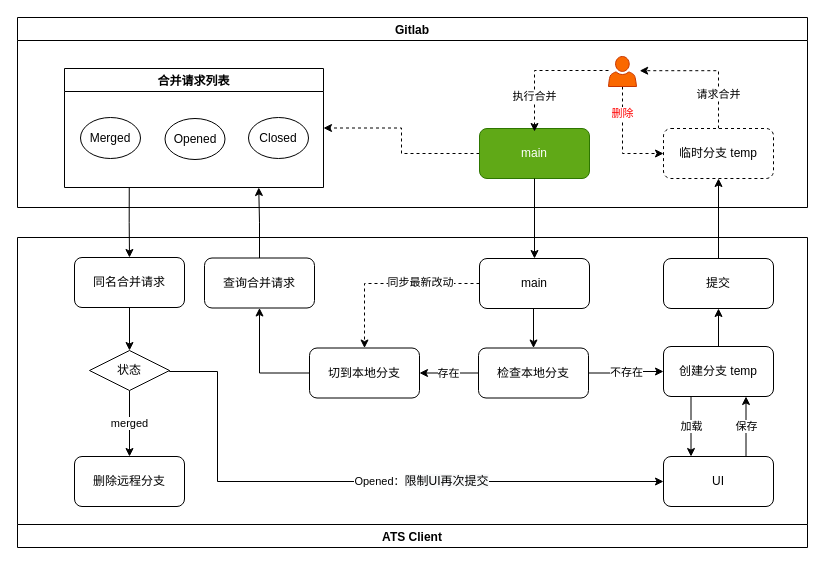
Before: Draw/ATS/细则管理.drawio in huangjia2107/DrawOnline, a draw.io diagram. Source tidied: cells renumbered, new cells numbered last; positions are measured from the earlier drawing's top-left corner, leaving out a move shared by most shapes. Both pictures are drawn from the tidied source at 100%, with x=0, y=0 at pixel (17, 17).
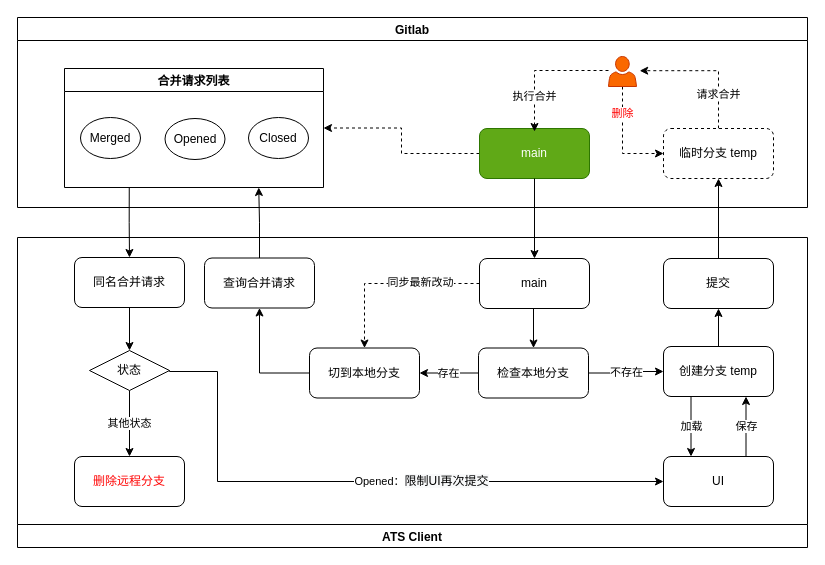
The same diagram, later.

Commit message:
更新细则管理.drawio

The change refers to these unchanged cells:
```xml
<mxCell id="16" value="ATS Client" style="swimlane;flipV=1;" parent="1" vertex="1">
  <mxGeometry y="220" width="790" height="310" as="geometry" />
</mxCell>
<mxCell id="30" value="状态" style="rhombus;whiteSpace=wrap;html=1;gradientColor=#ffffff;" parent="16" vertex="1">
  <mxGeometry x="72" y="113" width="80" height="40" as="geometry" />
</mxCell>
```

What changed in the source:
```diff
@@
-    <mxCell id="29" value="merged" style="edgeStyle=orthogonalEdgeStyle;rounded=0;jettySize=auto;html=1;exitX=0.5;exitY=1;exitDx=0;exitDy=0;fontColor=#000000;strokeColor=#000000;" parent="16" edge="1" source="30" target="33">
+    <mxCell id="29" value="其他状态" style="edgeStyle=orthogonalEdgeStyle;rounded=0;jettySize=auto;html=1;exitX=0.5;exitY=1;exitDx=0;exitDy=0;fontColor=#000000;strokeColor=#000000;" parent="16" edge="1" source="30" target="33">
       <mxGeometry relative="1" as="geometry" />
     </mxCell>
@@
-    <mxCell id="33" value="删除远程分支" style="rounded=1;whiteSpace=wrap;html=1;" parent="16" vertex="1">
+    <mxCell id="33" value="&lt;font color=&quot;#ff0505&quot;&gt;删除远程分支&lt;/font&gt;" style="rounded=1;whiteSpace=wrap;html=1;" parent="16" vertex="1">
       <mxGeometry x="57" y="219" width="110" height="50" as="geometry" />
     </mxCell>
```
